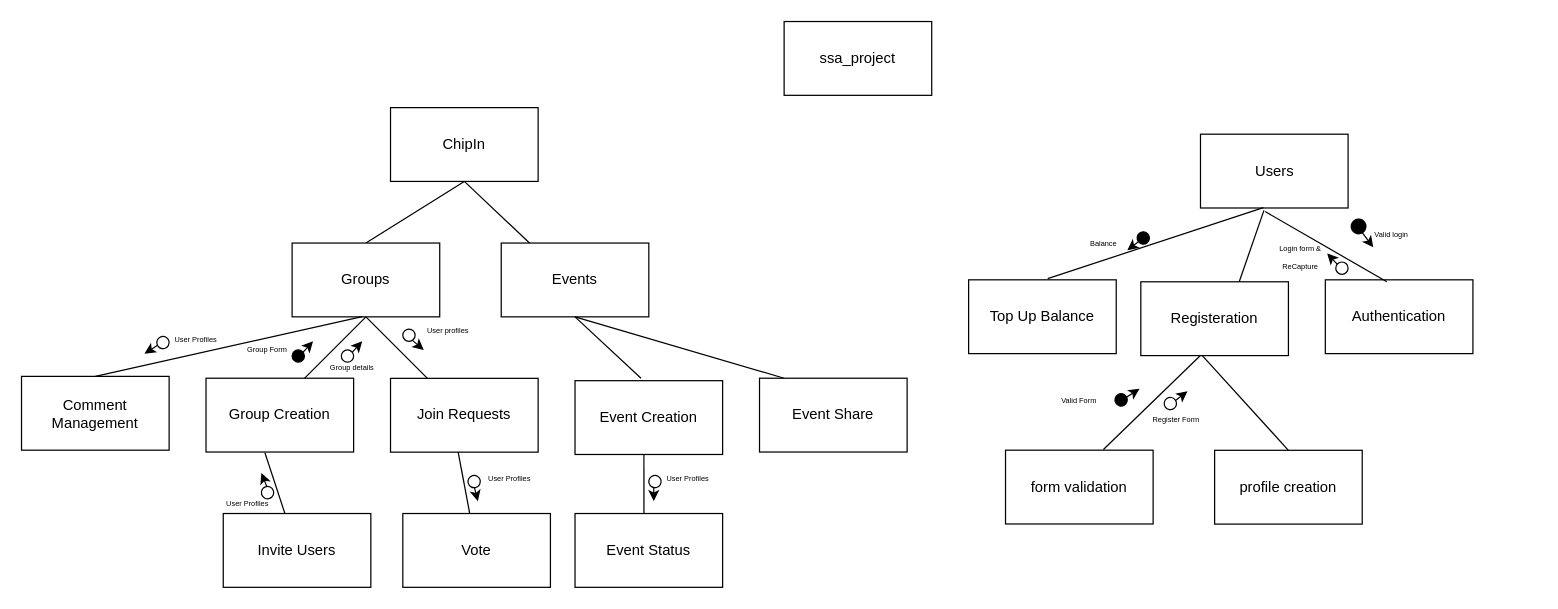
Before: Untitled Diagram.drawio in Sk-auser/ssa_project_sk, a draw.io diagram. Source tidied: cells renumbered, new cells numbered last; positions are measured from the earlier drawing's top-left corner, leaving out a move shared by most shapes. Both pictures are drawn from the tidied source at 123%, with x=0, y=0 at pixel (21, 21).
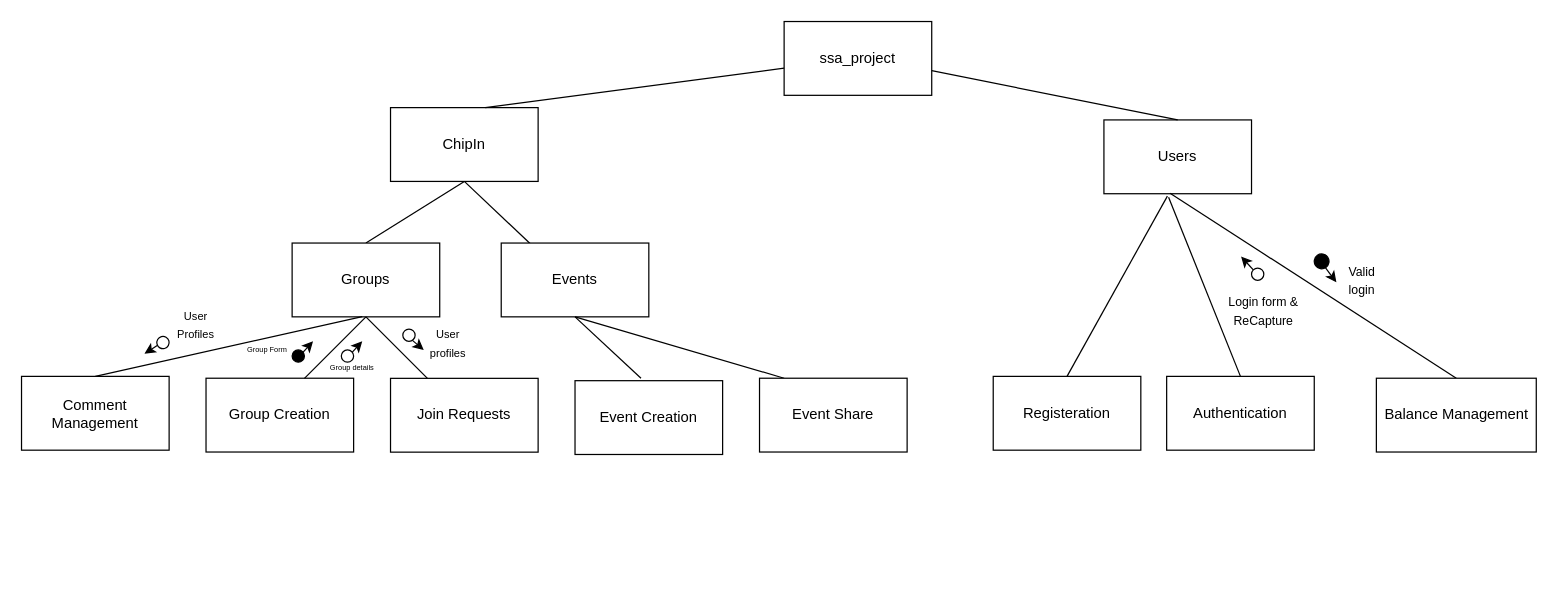
After the change.

Unchanged cells that the change refers to:
```xml
<mxCell id="2" value="ssa_project" style="rounded=0;whiteSpace=wrap;html=1;" parent="1" vertex="1">
  <mxGeometry x="620" width="120" height="60" as="geometry" />
</mxCell>
<mxCell id="13" value="Group Creation" style="rounded=0;whiteSpace=wrap;html=1;" parent="1" vertex="1">
  <mxGeometry x="150" y="290" width="120" height="60" as="geometry" />
</mxCell>
```

What changed in the source:
```diff
@@
     <mxCell id="3" value="Users" style="rounded=0;whiteSpace=wrap;html=1;" parent="1" vertex="1">
-      <mxGeometry x="958.5" y="91.6" width="120" height="60" as="geometry" />
+      <mxGeometry x="880" y="80" width="120" height="60" as="geometry" />
     </mxCell>
@@
     <mxCell id="5" value="Registeration" style="rounded=0;whiteSpace=wrap;html=1;" parent="1" vertex="1">
-      <mxGeometry x="910" y="211.6" width="120" height="60" as="geometry" />
+      <mxGeometry x="790" y="288.5" width="120" height="60" as="geometry" />
     </mxCell>
     <mxCell id="6" value="Authentication" style="rounded=0;whiteSpace=wrap;html=1;" parent="1" vertex="1">
-      <mxGeometry x="1060" y="210" width="120" height="60" as="geometry" />
+      <mxGeometry x="931" y="288.5" width="120" height="60" as="geometry" />
     </mxCell>
@@
-    <mxCell id="9" value="form validation" style="rounded=0;whiteSpace=wrap;html=1;" parent="1" vertex="1">
-      <mxGeometry x="800" y="348.5" width="120" height="60" as="geometry" />
-    </mxCell>
-    <mxCell id="10" value="profile creation" style="rounded=0;whiteSpace=wrap;html=1;" parent="1" vertex="1">
-      <mxGeometry x="970" y="348.6" width="120" height="60" as="geometry" />
-    </mxCell>
-    <mxCell id="11" style="endArrow=none;html=1;rounded=0;entryX=0.402;entryY=1.003;entryDx=0;entryDy=0;entryPerimeter=0;exitX=0.58;exitY=-0.011;exitDx=0;exitDy=0;exitPerimeter=0;" parent="1" edge="1" target="5">
-      <mxGeometry relative="1" as="geometry">
-        <mxPoint x="879.6" y="347.9" as="sourcePoint" />
-      </mxGeometry>
-    </mxCell>
-    <mxCell id="12" style="endArrow=none;html=1;rounded=0;exitX=0.5;exitY=0;exitDx=0;exitDy=0;" parent="1" edge="1" source="10">
-      <mxGeometry relative="1" as="geometry">
-        <mxPoint x="960" y="271.6" as="targetPoint" />
-      </mxGeometry>
-    </mxCell>
@@
-    <mxCell id="15" style="endArrow=none;html=1;rounded=0;entryX=0.399;entryY=1.01;entryDx=0;entryDy=0;entryPerimeter=0;" parent="1" edge="1" source="16" target="13">
-      <mxGeometry relative="1" as="geometry" />
-    </mxCell>
-    <mxCell id="16" value="Invite Users" style="rounded=0;whiteSpace=wrap;html=1;" parent="1" vertex="1">
-      <mxGeometry x="164" y="400" width="120" height="60" as="geometry" />
-    </mxCell>
-    <mxCell id="17" style="endArrow=none;html=1;rounded=0;entryX=0.399;entryY=1.01;entryDx=0;entryDy=0;entryPerimeter=0;" parent="1" edge="1" source="18">
-      <mxGeometry relative="1" as="geometry">
-        <mxPoint x="355" y="350" as="targetPoint" />
-      </mxGeometry>
-    </mxCell>
-    <mxCell id="18" value="Vote" style="rounded=0;whiteSpace=wrap;html=1;" parent="1" vertex="1">
-      <mxGeometry x="310" y="400" width="120" height="60" as="geometry" />
-    </mxCell>
@@
-    <mxCell id="21" style="group;rotation=15;" parent="1" vertex="1">
-      <mxGeometry x="890" y="296.6" width="17" height="17" as="geometry" />
-    </mxCell>
-    <mxCell id="22" style="ellipse;whiteSpace=wrap;html=1;fillColor=#000000;rotation=15;" parent="21" vertex="1">
-      <mxGeometry x="-1" y="6" width="10" height="10" as="geometry" />
-    </mxCell>
-    <mxCell id="23" style="endArrow=classic;html=1;rounded=0;exitX=1;exitY=0;exitDx=0;exitDy=0;" parent="21" edge="1">
-      <mxGeometry relative="1" as="geometry">
-        <mxPoint x="5" y="11" as="sourcePoint" />
-        <mxPoint x="19" y="2" as="targetPoint" />
-      </mxGeometry>
-    </mxCell>
@@
-    <mxCell id="30" style="group;rotation=10;" parent="1" vertex="1">
-      <mxGeometry x="930" y="299.6" width="17" height="17" as="geometry" />
-    </mxCell>
-    <mxCell id="31" style="endArrow=classic;html=1;rounded=0;exitX=1;exitY=0;exitDx=0;exitDy=0;" parent="30" edge="1">
-      <mxGeometry relative="1" as="geometry">
-        <mxPoint x="5" y="11" as="sourcePoint" />
-        <mxPoint x="18" y="1" as="targetPoint" />
-      </mxGeometry>
-    </mxCell>
-    <mxCell id="32" style="ellipse;whiteSpace=wrap;html=1;fillColor=#FFFFFF;rotation=10;strokeColor=#000000;" parent="30" vertex="1">
-      <mxGeometry x="-1" y="6" width="10" height="10" as="geometry" />
-    </mxCell>
-    <mxCell id="33" style="group;rotation=-65;" parent="1" vertex="1">
-      <mxGeometry x="190" y="370" width="17" height="17" as="geometry" />
-    </mxCell>
-    <mxCell id="34" style="endArrow=classic;html=1;rounded=0;exitX=1;exitY=0;exitDx=0;exitDy=0;" parent="33" edge="1">
-      <mxGeometry relative="1" as="geometry">
-        <mxPoint x="11" y="12" as="sourcePoint" />
-        <mxPoint x="5" y="-3" as="targetPoint" />
-      </mxGeometry>
-    </mxCell>
-    <mxCell id="35" style="ellipse;whiteSpace=wrap;html=1;fillColor=#FFFFFF;rotation=-65;strokeColor=#000000;" parent="33" vertex="1">
-      <mxGeometry x="5" y="8" width="10" height="10" as="geometry" />
-    </mxCell>
-    <mxCell id="36" style="group;rotation=120;" parent="1" vertex="1">
-      <mxGeometry x="360" y="370" width="17" height="17" as="geometry" />
-    </mxCell>
-    <mxCell id="37" style="endArrow=classic;html=1;rounded=0;exitX=1;exitY=0;exitDx=0;exitDy=0;" parent="36" edge="1">
-      <mxGeometry relative="1" as="geometry">
-        <mxPoint x="7" y="4" as="sourcePoint" />
-        <mxPoint x="11" y="20" as="targetPoint" />
-      </mxGeometry>
-    </mxCell>
-    <mxCell id="38" style="ellipse;whiteSpace=wrap;html=1;fillColor=#FFFFFF;rotation=120;strokeColor=#000000;" parent="36" vertex="1">
-      <mxGeometry x="3" y="-1" width="10" height="10" as="geometry" />
-    </mxCell>
@@
-    <mxCell id="42" value="&lt;font style=&quot;font-size: 6px;&quot;&gt;Valid login&lt;/font&gt;" style="text;html=1;align=center;verticalAlign=middle;whiteSpace=wrap;rounded=0;" parent="1" vertex="1">
-      <mxGeometry x="1094" y="161.6" width="40" height="20" as="geometry" />
+    <mxCell id="42" value="&lt;font style=&quot;font-size: 10px;&quot;&gt;Valid login&lt;/font&gt;" style="text;html=1;align=center;verticalAlign=middle;whiteSpace=wrap;rounded=0;" parent="1" vertex="1">
+      <mxGeometry x="1070" y="199.9" width="40" height="20" as="geometry" />
     </mxCell>
-    <mxCell id="43" value="&lt;span style=&quot;font-size: 6px;&quot;&gt;Valid Form&lt;/span&gt;" style="text;html=1;align=center;verticalAlign=middle;whiteSpace=wrap;rounded=0;" parent="1" vertex="1">
-      <mxGeometry x="840" y="296.6" width="40" height="20" as="geometry" />
-    </mxCell>
-    <mxCell id="44" value="&lt;span style=&quot;font-size: 6px;&quot;&gt;Register Form&lt;/span&gt;" style="text;html=1;align=center;verticalAlign=middle;whiteSpace=wrap;rounded=0;" parent="1" vertex="1">
-      <mxGeometry x="918.5" y="311.7" width="40" height="20" as="geometry" />
-    </mxCell>
@@
-    <mxCell id="46" value="&lt;font style=&quot;font-size: 6px;&quot;&gt;User Profiles&lt;/font&gt;" style="text;html=1;align=center;verticalAlign=middle;whiteSpace=wrap;rounded=0;" parent="1" vertex="1">
-      <mxGeometry x="164" y="380" width="40" height="20" as="geometry" />
-    </mxCell>
-    <mxCell id="47" value="&lt;font style=&quot;font-size: 6px;&quot;&gt;User Profiles&lt;/font&gt;" style="text;html=1;align=center;verticalAlign=middle;whiteSpace=wrap;rounded=0;" parent="1" vertex="1">
-      <mxGeometry x="377" y="360" width="40" height="20" as="geometry" />
-    </mxCell>
@@
-    <mxCell id="49" value="&lt;font style=&quot;font-size: 6px;&quot;&gt;User profiles&lt;/font&gt;" style="text;html=1;align=center;verticalAlign=middle;whiteSpace=wrap;rounded=0;" parent="1" vertex="1">
-      <mxGeometry x="327" y="240.1" width="40" height="20" as="geometry" />
+    <mxCell id="49" value="&lt;font style=&quot;font-size: 9px;&quot;&gt;User profiles&lt;/font&gt;" style="text;html=1;align=center;verticalAlign=middle;whiteSpace=wrap;rounded=0;" parent="1" vertex="1">
+      <mxGeometry x="327" y="251" width="40" height="20" as="geometry" />
     </mxCell>
@@
-    <mxCell id="56" value="Event Status" style="whiteSpace=wrap;html=1;rounded=0;" parent="1" vertex="1">
-      <mxGeometry x="450" y="400" width="120" height="60" as="geometry" />
-    </mxCell>
-    <mxCell id="57" style="endArrow=none;html=1;rounded=0;exitX=0.467;exitY=-0.008;exitDx=0;exitDy=0;exitPerimeter=0;" parent="1" edge="1" source="56">
-      <mxGeometry relative="1" as="geometry">
-        <mxPoint x="506" y="352" as="targetPoint" />
-      </mxGeometry>
-    </mxCell>
-    <mxCell id="58" style="endArrow=none;html=1;rounded=0;entryX=0.426;entryY=0.994;entryDx=0;entryDy=0;entryPerimeter=0;exitX=0.536;exitY=-0.016;exitDx=0;exitDy=0;exitPerimeter=0;" parent="1" edge="1" source="59" target="3">
-      <mxGeometry relative="1" as="geometry" />
-    </mxCell>
-    <mxCell id="59" value="Top Up Balance" style="rounded=0;whiteSpace=wrap;html=1;" parent="1" vertex="1">
-      <mxGeometry x="770" y="210" width="120" height="60" as="geometry" />
-    </mxCell>
-    <mxCell id="60" style="group;rotation=-175;" parent="1" vertex="1">
-      <mxGeometry x="900" y="170" width="17" height="17" as="geometry" />
-    </mxCell>
-    <mxCell id="61" style="ellipse;whiteSpace=wrap;html=1;fillColor=#000000;rotation=-175;" parent="60" vertex="1">
-      <mxGeometry x="7" y="1" width="10" height="10" as="geometry" />
-    </mxCell>
-    <mxCell id="62" style="endArrow=classic;html=1;rounded=0;" parent="60" edge="1" source="61">
-      <mxGeometry relative="1" as="geometry">
-        <mxPoint x="-1" y="16" as="targetPoint" />
-      </mxGeometry>
-    </mxCell>
-    <mxCell id="63" value="&lt;font style=&quot;font-size: 6px;&quot;&gt;Balance&lt;/font&gt;" style="text;html=1;align=center;verticalAlign=middle;whiteSpace=wrap;rounded=0;" parent="1" vertex="1">
-      <mxGeometry x="860" y="168.5" width="40" height="20" as="geometry" />
-    </mxCell>
-    <mxCell id="64" style="endArrow=classic;html=1;rounded=0;exitX=1;exitY=0;exitDx=0;exitDy=0;" parent="1" edge="1">
-      <mxGeometry relative="1" as="geometry">
-        <mxPoint x="514" y="374" as="sourcePoint" />
-        <mxPoint x="514" y="390" as="targetPoint" />
-      </mxGeometry>
-    </mxCell>
-    <mxCell id="65" style="ellipse;whiteSpace=wrap;html=1;fillColor=#FFFFFF;rotation=120;strokeColor=#000000;" parent="1" vertex="1">
-      <mxGeometry x="510" y="369" width="10" height="10" as="geometry" />
-    </mxCell>
-    <mxCell id="66" value="&lt;font style=&quot;font-size: 6px;&quot;&gt;User Profiles&lt;/font&gt;" style="text;html=1;align=center;verticalAlign=middle;whiteSpace=wrap;rounded=0;" parent="1" vertex="1">
-      <mxGeometry x="520" y="360" width="44" height="20" as="geometry" />
-    </mxCell>
-    <mxCell id="67" style="endArrow=none;html=1;rounded=0;entryX=0.43;entryY=1.032;entryDx=0;entryDy=0;entryPerimeter=0;" parent="1" edge="1" target="3">
-      <mxGeometry relative="1" as="geometry">
-        <mxPoint x="990" y="211.6" as="sourcePoint" />
-      </mxGeometry>
+    <mxCell id="67" style="endArrow=none;html=1;rounded=0;entryX=0.43;entryY=1.032;entryDx=0;entryDy=0;entryPerimeter=0;exitX=0.5;exitY=0;exitDx=0;exitDy=0;" parent="1" edge="1" source="5" target="3">
+      <mxGeometry relative="1" as="geometry" />
     </mxCell>
-    <mxCell id="68" style="endArrow=none;html=1;rounded=0;exitX=0.438;exitY=1.048;exitDx=0;exitDy=0;exitPerimeter=0;" parent="1" edge="1" source="3">
-      <mxGeometry relative="1" as="geometry">
-        <mxPoint x="1110" y="211.6" as="targetPoint" />
-      </mxGeometry>
+    <mxCell id="68" style="endArrow=none;html=1;rounded=0;exitX=0.438;exitY=1.048;exitDx=0;exitDy=0;exitPerimeter=0;entryX=0.5;entryY=0;entryDx=0;entryDy=0;" parent="1" edge="1" source="3" target="6">
+      <mxGeometry relative="1" as="geometry" />
     </mxCell>
     <mxCell id="69" style="group;rotation=100;" parent="1" vertex="1">
-      <mxGeometry x="1080" y="161.6" width="20.4" height="20.4" as="geometry" />
+      <mxGeometry x="1050" y="190" width="20.4" height="20.4" as="geometry" />
     </mxCell>
@@
     <mxCell id="72" style="group;rotation=-90;" parent="1" vertex="1">
-      <mxGeometry x="1061.5" y="188.5" width="17" height="17" as="geometry" />
+      <mxGeometry x="1001.5" y="190" width="17" height="20.4" as="geometry" />
     </mxCell>
-    <mxCell id="73" style="endArrow=classic;html=1;rounded=0;exitX=1;exitY=0;exitDx=0;exitDy=0;" parent="72" edge="1">
+    <mxCell id="73" style="endArrow=classic;html=1;rounded=0;exitX=1;exitY=0;exitDx=0;exitDy=0;" parent="72" edge="1" source="74">
       <mxGeometry relative="1" as="geometry">
-        <mxPoint x="13" y="14" as="sourcePoint" />
-        <mxPoint as="targetPoint" />
+        <mxPoint x="-10" y="1" as="targetPoint" />
       </mxGeometry>
     </mxCell>
     <mxCell id="74" style="ellipse;whiteSpace=wrap;html=1;fillColor=#FFFFFF;rotation=-90;strokeColor=#000000;" parent="72" vertex="1">
-      <mxGeometry x="7" y="7" width="10" height="10" as="geometry" />
+      <mxGeometry x="-1.5" y="10.4" width="10" height="10" as="geometry" />
     </mxCell>
-    <mxCell id="75" value="&lt;font style=&quot;font-size: 6px;&quot;&gt;Login form &amp;amp; ReCapture&lt;/font&gt;" style="text;html=1;align=center;verticalAlign=middle;whiteSpace=wrap;rounded=0;" parent="1" vertex="1">
-      <mxGeometry x="1020" y="180.1" width="40" height="20" as="geometry" />
+    <mxCell id="75" value="&lt;font style=&quot;font-size: 10px;&quot;&gt;Login form &amp;amp; ReCapture&lt;/font&gt;" style="text;html=1;align=center;verticalAlign=middle;whiteSpace=wrap;rounded=0;" parent="1" vertex="1">
+      <mxGeometry x="980" y="219.9" width="60" height="30.1" as="geometry" />
     </mxCell>
@@
-    <mxCell id="80" value="&lt;font style=&quot;font-size: 6px;&quot;&gt;User Profiles&lt;/font&gt;" style="text;html=1;align=center;verticalAlign=middle;whiteSpace=wrap;rounded=0;" parent="1" vertex="1">
-      <mxGeometry x="120" y="247" width="44" height="20" as="geometry" />
+    <mxCell id="80" value="&lt;font style=&quot;font-size: 9px;&quot;&gt;User Profiles&lt;/font&gt;" style="text;html=1;align=center;verticalAlign=middle;whiteSpace=wrap;rounded=0;" parent="1" vertex="1">
+      <mxGeometry x="120" y="236" width="44" height="20" as="geometry" />
     </mxCell>
+    <mxCell id="81" style="endArrow=none;html=1;rounded=0;" parent="1" edge="1" target="2">
+      <mxGeometry relative="1" as="geometry">
+        <mxPoint x="377" y="70" as="sourcePoint" />
+      </mxGeometry>
+    </mxCell>
+    <mxCell id="82" style="endArrow=none;html=1;rounded=0;exitX=0.5;exitY=0;exitDx=0;exitDy=0;" parent="1" edge="1" source="3">
+      <mxGeometry relative="1" as="geometry">
+        <mxPoint x="740" y="40" as="targetPoint" />
+      </mxGeometry>
+    </mxCell>
+    <mxCell id="83" style="endArrow=none;html=1;rounded=0;entryX=0.448;entryY=0.994;entryDx=0;entryDy=0;entryPerimeter=0;exitX=0.5;exitY=0;exitDx=0;exitDy=0;" parent="1" edge="1" source="84" target="3">
+      <mxGeometry relative="1" as="geometry" />
+    </mxCell>
+    <mxCell id="84" value="Balance Management" style="rounded=0;whiteSpace=wrap;html=1;" parent="1" vertex="1">
+      <mxGeometry x="1101.5" y="290" width="130" height="60" as="geometry" />
+    </mxCell>
```
